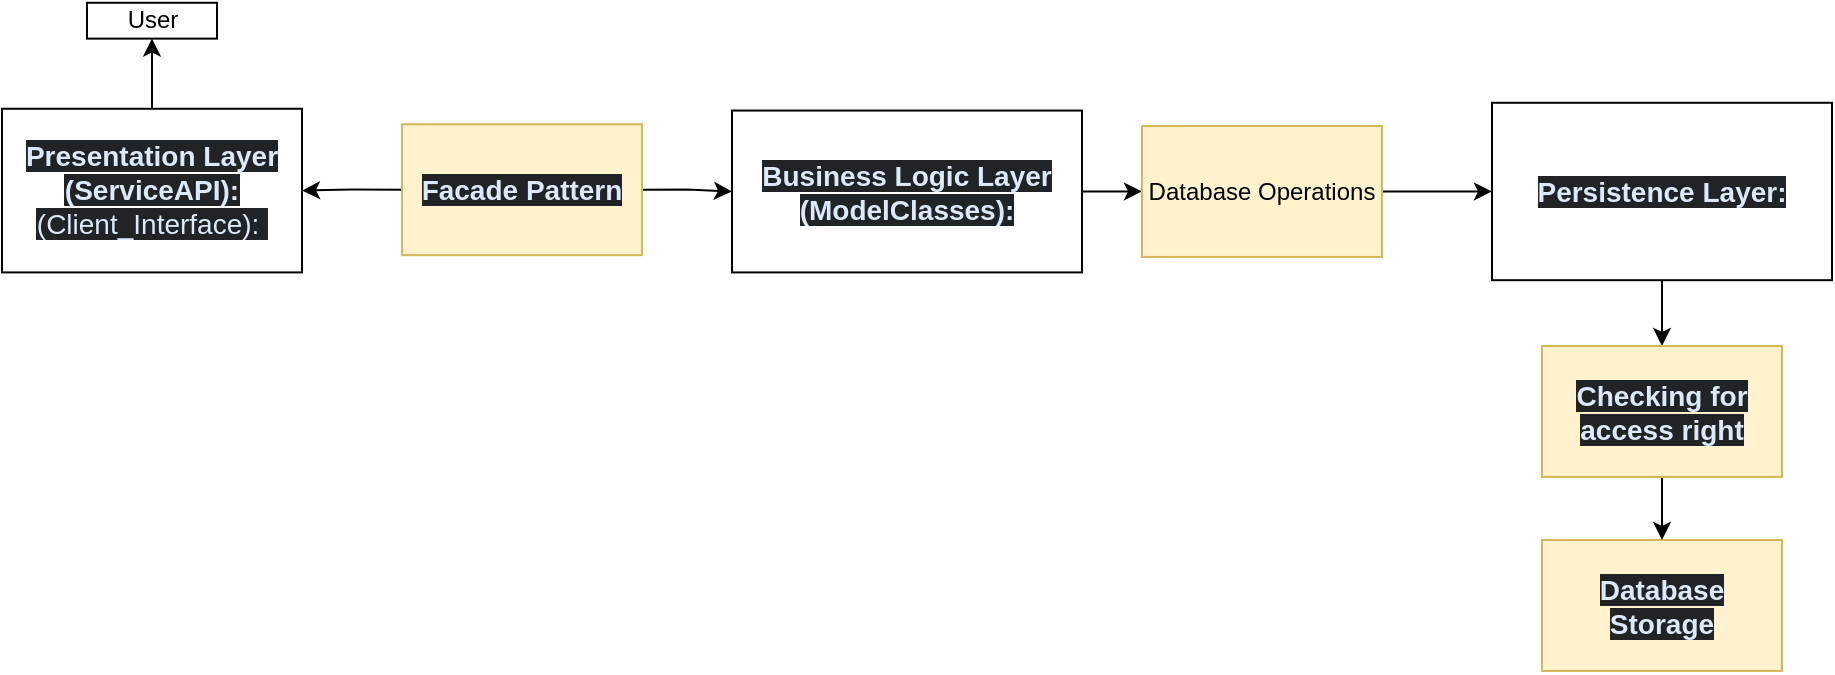
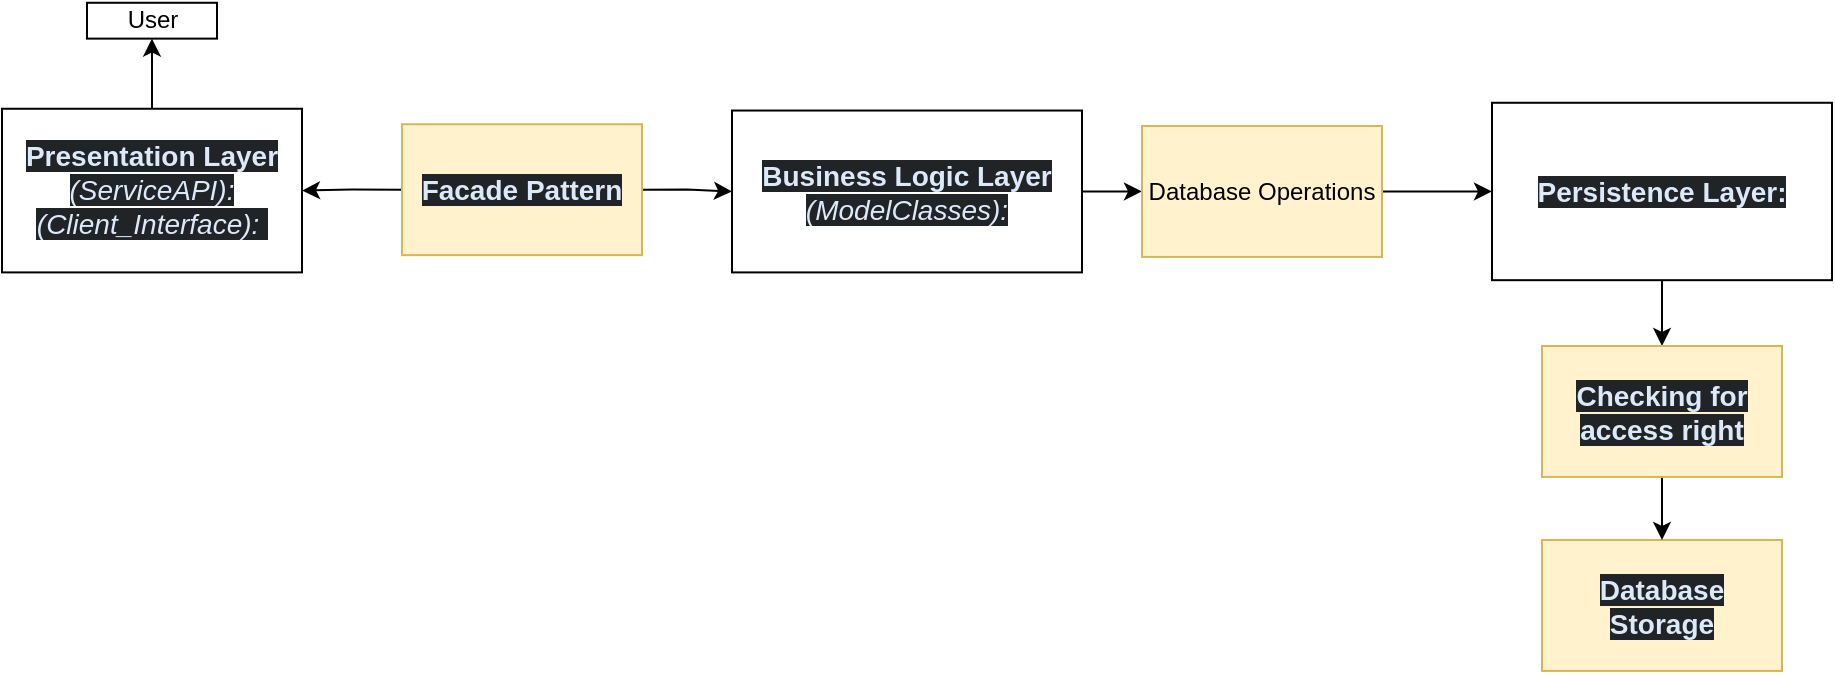
<mxfile host="app.diagrams.net">
  <diagram name="Page-1" id="2KrW7VEhyqmw7Nx4Ttr-">
    <mxGraphModel dx="1409" dy="790" grid="1" gridSize="10" guides="1" tooltips="1" connect="1" arrows="1" fold="1" page="1" pageScale="1" pageWidth="850" pageHeight="1100" math="0" shadow="0">
      <root>
        <mxCell id="0" />
        <mxCell id="1" parent="0" />
        <mxCell id="vZHe2jEZJALmbnLdjFB--106" edge="1" parent="1" source="vZHe2jEZJALmbnLdjFB--6" style="edgeStyle=orthogonalEdgeStyle;rounded=0;orthogonalLoop=1;jettySize=auto;html=1;" target="vZHe2jEZJALmbnLdjFB--105" value="">
          <mxGeometry relative="1" as="geometry" />
        </mxCell>
-         <mxCell id="vZHe2jEZJALmbnLdjFB--6" parent="1" style="rounded=0;whiteSpace=wrap;html=1;" value="&lt;strong style=&quot;box-sizing: border-box; font-weight: bold; scrollbar-color: rgb(95, 99, 104) rgb(49, 54, 60); color: rgb(220, 233, 249); font-family: aktiv-grotesk, sans-serif; font-size: 14px; text-align: start; background-color: rgb(32, 36, 38);&quot;&gt;Presentation Layer (ServiceAPI):&lt;/strong&gt;&lt;div&gt;&lt;span style=&quot;color: rgb(220, 233, 249); font-family: aktiv-grotesk, sans-serif; font-size: 14px; text-align: start; background-color: rgb(32, 36, 38);&quot;&gt;(Client_Interface):&amp;nbsp;&lt;/span&gt;&lt;/div&gt;" vertex="1">
+         <mxCell id="vZHe2jEZJALmbnLdjFB--6" parent="1" style="rounded=0;whiteSpace=wrap;html=1;" value="&lt;strong style=&quot;box-sizing: border-box; font-weight: bold; scrollbar-color: rgb(95, 99, 104) rgb(49, 54, 60); color: rgb(220, 233, 249); font-family: aktiv-grotesk, sans-serif; font-size: 14px; text-align: start; background-color: rgb(32, 36, 38);&quot;&gt;Presentation Layer &lt;/strong&gt;&lt;span style=&quot;box-sizing: border-box; scrollbar-color: rgb(95, 99, 104) rgb(49, 54, 60); color: rgb(220, 233, 249); font-family: aktiv-grotesk, sans-serif; font-size: 14px; text-align: start; background-color: rgb(32, 36, 38);&quot;&gt;&lt;i&gt;(ServiceAPI):&lt;/i&gt;&lt;/span&gt;&lt;div&gt;&lt;span style=&quot;color: rgb(220, 233, 249); font-family: aktiv-grotesk, sans-serif; font-size: 14px; text-align: start; background-color: rgb(32, 36, 38);&quot;&gt;&lt;i&gt;(Client_Interface):&amp;nbsp;&lt;/i&gt;&lt;/span&gt;&lt;/div&gt;" vertex="1">
          <mxGeometry height="81.82" width="150" x="400" y="301.38" as="geometry" />
        </mxCell>
        <mxCell id="vZHe2jEZJALmbnLdjFB--8" edge="1" parent="1" source="vZHe2jEZJALmbnLdjFB--10" style="edgeStyle=orthogonalEdgeStyle;rounded=0;orthogonalLoop=1;jettySize=auto;html=1;exitX=1;exitY=0.5;exitDx=0;exitDy=0;entryX=0;entryY=0.5;entryDx=0;entryDy=0;" target="vZHe2jEZJALmbnLdjFB--39">
          <mxGeometry relative="1" as="geometry" />
        </mxCell>
-         <mxCell id="vZHe2jEZJALmbnLdjFB--10" parent="1" style="rounded=0;whiteSpace=wrap;html=1;" value="&lt;strong style=&quot;box-sizing: border-box; font-weight: bold; scrollbar-color: rgb(95, 99, 104) rgb(49, 54, 60); color: rgb(220, 233, 249); font-family: aktiv-grotesk, sans-serif; font-size: 14px; text-align: start; background-color: rgb(32, 36, 38);&quot;&gt;Business Logic Layer (ModelClasses):&lt;/strong&gt;" vertex="1">
+         <mxCell id="vZHe2jEZJALmbnLdjFB--10" parent="1" style="rounded=0;whiteSpace=wrap;html=1;" value="&lt;span style=&quot;box-sizing: border-box; scrollbar-color: rgb(95, 99, 104) rgb(49, 54, 60); color: rgb(220, 233, 249); font-family: aktiv-grotesk, sans-serif; font-size: 14px; text-align: start; background-color: rgb(32, 36, 38);&quot;&gt;&lt;b&gt;Business Logic Layer &lt;/b&gt;&lt;i style=&quot;&quot;&gt;(ModelClasses):&lt;/i&gt;&lt;/span&gt;" vertex="1">
          <mxGeometry height="80.93" width="175" x="765" y="302.27" as="geometry" />
        </mxCell>
        <mxCell id="vZHe2jEZJALmbnLdjFB--11" edge="1" parent="1" source="vZHe2jEZJALmbnLdjFB--12" style="edgeStyle=orthogonalEdgeStyle;rounded=0;orthogonalLoop=1;jettySize=auto;html=1;exitX=0.5;exitY=1;exitDx=0;exitDy=0;entryX=0.5;entryY=0;entryDx=0;entryDy=0;" target="vZHe2jEZJALmbnLdjFB--102">
          <mxGeometry relative="1" as="geometry" />
        </mxCell>
        <mxCell id="vZHe2jEZJALmbnLdjFB--12" parent="1" style="rounded=0;whiteSpace=wrap;html=1;" value="&lt;strong style=&quot;box-sizing: border-box; font-weight: bold; scrollbar-color: rgb(95, 99, 104) rgb(49, 54, 60); color: rgb(220, 233, 249); font-family: aktiv-grotesk, sans-serif; font-size: 14px; text-align: start; background-color: rgb(32, 36, 38);&quot;&gt;Persistence Layer:&lt;/strong&gt;" vertex="1">
          <mxGeometry height="88.7" width="170" x="1145" y="298.39" as="geometry" />
        </mxCell>
        <mxCell id="vZHe2jEZJALmbnLdjFB--29" parent="1" style="rounded=0;whiteSpace=wrap;html=1;align=center;fillColor=#fff2cc;strokeColor=#d6b656;" value="&lt;div style=&quot;&quot;&gt;&lt;font color=&quot;#dce9f9&quot; face=&quot;aktiv-grotesk, sans-serif&quot;&gt;&lt;span style=&quot;font-size: 14px; background-color: rgb(32, 36, 38);&quot;&gt;&lt;b&gt;Database&lt;br&gt;Storage&lt;/b&gt;&lt;/span&gt;&lt;/font&gt;&lt;/div&gt;" vertex="1">
          <mxGeometry height="65.46" width="120" x="1170" y="517" as="geometry" />
        </mxCell>
        <mxCell id="vZHe2jEZJALmbnLdjFB--35" edge="1" parent="1" source="vZHe2jEZJALmbnLdjFB--37" style="edgeStyle=orthogonalEdgeStyle;rounded=0;orthogonalLoop=1;jettySize=auto;html=1;exitX=1;exitY=0.5;exitDx=0;exitDy=0;" target="vZHe2jEZJALmbnLdjFB--10">
          <mxGeometry relative="1" as="geometry">
            <mxPoint x="750" y="339.5700000000001" as="sourcePoint" />
          </mxGeometry>
        </mxCell>
        <mxCell id="vZHe2jEZJALmbnLdjFB--36" edge="1" parent="1" source="vZHe2jEZJALmbnLdjFB--37" style="edgeStyle=orthogonalEdgeStyle;rounded=0;orthogonalLoop=1;jettySize=auto;html=1;exitX=0;exitY=0.5;exitDx=0;exitDy=0;entryX=1;entryY=0.5;entryDx=0;entryDy=0;" target="vZHe2jEZJALmbnLdjFB--6">
          <mxGeometry relative="1" as="geometry" />
        </mxCell>
        <mxCell id="vZHe2jEZJALmbnLdjFB--37" parent="1" style="rounded=0;whiteSpace=wrap;html=1;align=center;fillColor=#fff2cc;strokeColor=#d6b656;" value="&lt;div style=&quot;&quot;&gt;&lt;font color=&quot;#dce9f9&quot; face=&quot;aktiv-grotesk, sans-serif&quot;&gt;&lt;span style=&quot;font-size: 14px; background-color: rgb(32, 36, 38);&quot;&gt;&lt;b&gt;Facade Pattern&lt;/b&gt;&lt;/span&gt;&lt;/font&gt;&lt;/div&gt;" vertex="1">
          <mxGeometry height="65.46" width="120" x="600" y="309.11999999999995" as="geometry" />
        </mxCell>
        <mxCell id="vZHe2jEZJALmbnLdjFB--38" edge="1" parent="1" source="vZHe2jEZJALmbnLdjFB--39" style="edgeStyle=orthogonalEdgeStyle;rounded=0;orthogonalLoop=1;jettySize=auto;html=1;exitX=1;exitY=0.5;exitDx=0;exitDy=0;entryX=0;entryY=0.5;entryDx=0;entryDy=0;" target="vZHe2jEZJALmbnLdjFB--12">
          <mxGeometry relative="1" as="geometry" />
        </mxCell>
        <mxCell id="vZHe2jEZJALmbnLdjFB--39" parent="1" style="rounded=0;whiteSpace=wrap;html=1;align=center;fillColor=#fff2cc;strokeColor=#d6b656;" value="Database Operations" vertex="1">
          <mxGeometry height="65.46" width="120" x="970" y="310.01" as="geometry" />
        </mxCell>
        <mxCell id="vZHe2jEZJALmbnLdjFB--101" edge="1" parent="1" source="vZHe2jEZJALmbnLdjFB--102" style="edgeStyle=orthogonalEdgeStyle;rounded=0;orthogonalLoop=1;jettySize=auto;html=1;exitX=0.5;exitY=1;exitDx=0;exitDy=0;entryX=0.5;entryY=0;entryDx=0;entryDy=0;" target="vZHe2jEZJALmbnLdjFB--29">
          <mxGeometry relative="1" as="geometry">
            <mxPoint x="1460" y="530" as="targetPoint" />
          </mxGeometry>
        </mxCell>
        <mxCell id="vZHe2jEZJALmbnLdjFB--102" parent="1" style="rounded=0;whiteSpace=wrap;html=1;align=center;fillColor=#fff2cc;strokeColor=#d6b656;" value="&lt;div style=&quot;&quot;&gt;&lt;font color=&quot;#dce9f9&quot; face=&quot;aktiv-grotesk, sans-serif&quot;&gt;&lt;span style=&quot;font-size: 14px; background-color: rgb(32, 36, 38);&quot;&gt;&lt;b&gt;Checking for access right&lt;/b&gt;&lt;/span&gt;&lt;/font&gt;&lt;/div&gt;" vertex="1">
          <mxGeometry height="65.46" width="120" x="1170" y="420" as="geometry" />
        </mxCell>
        <mxCell id="vZHe2jEZJALmbnLdjFB--105" parent="1" style="whiteSpace=wrap;html=1;rounded=0;" value="User" vertex="1">
          <mxGeometry height="17.92" width="65" x="442.5" y="248.39" as="geometry" />
        </mxCell>
      </root>
    </mxGraphModel>
  </diagram>
</mxfile>
